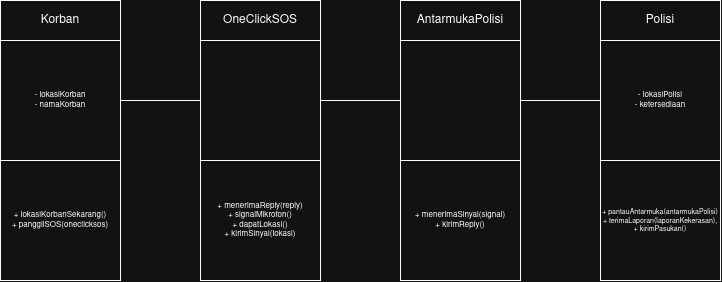
Earlier version of the draw.io export docs/M7/assets/diagram/UC01_detailed_class_diagram.png (chrishengun123/IF2150-RPL-K02-G10). Source tidied: cells renumbered, new cells last; positions are measured from the earlier drawing's top-left corner, leaving out a move shared by most shapes. Source of this version:
```xml
<mxGraphModel>
  <root>
    <mxCell id="0" />
    <mxCell id="1" parent="0" />
    <mxCell id="2" value="Korban" style="rounded=0;whiteSpace=wrap;html=1;" parent="1" vertex="1">
      <mxGeometry width="120" height="40" as="geometry" />
    </mxCell>
    <mxCell id="3" value="OneClickSOS" style="rounded=0;whiteSpace=wrap;html=1;" parent="1" vertex="1">
      <mxGeometry x="200" width="120" height="40" as="geometry" />
    </mxCell>
    <mxCell id="4" value="AntarmukaPolisi" style="rounded=0;whiteSpace=wrap;html=1;" parent="1" vertex="1">
      <mxGeometry x="400" width="120" height="40" as="geometry" />
    </mxCell>
    <mxCell id="5" value="Polisi" style="rounded=0;whiteSpace=wrap;html=1;" parent="1" vertex="1">
      <mxGeometry x="600" width="120" height="40" as="geometry" />
    </mxCell>
    <mxCell id="6" style="edgeStyle=orthogonalEdgeStyle;rounded=0;jettySize=auto;html=1;defaultLabelBackgroundColor=gap;endArrow=none;endFill=0;" parent="1" edge="1" source="7" target="9">
      <mxGeometry relative="1" as="geometry" />
    </mxCell>
    <mxCell id="7" value="&lt;div&gt;- lokasiKorban&lt;/div&gt;&lt;div&gt;- namaKorban&lt;/div&gt;" style="rounded=0;whiteSpace=wrap;html=1;fontSize=8;" parent="1" vertex="1">
      <mxGeometry y="40" width="120" height="120" as="geometry" />
    </mxCell>
    <mxCell id="8" style="edgeStyle=none;rounded=0;jettySize=auto;html=1;defaultLabelBackgroundColor=gap;endArrow=none;endFill=0;" parent="1" edge="1" source="9" target="11">
      <mxGeometry relative="1" as="geometry" />
    </mxCell>
    <mxCell id="9" style="rounded=0;whiteSpace=wrap;html=1;fontSize=8;" parent="1" vertex="1">
      <mxGeometry x="200" y="40" width="120" height="120" as="geometry" />
    </mxCell>
    <mxCell id="10" style="edgeStyle=none;rounded=0;jettySize=auto;html=1;defaultLabelBackgroundColor=gap;endArrow=none;endFill=0;" parent="1" edge="1" source="11" target="12">
      <mxGeometry relative="1" as="geometry" />
    </mxCell>
    <mxCell id="11" style="rounded=0;whiteSpace=wrap;html=1;fontSize=8;" parent="1" vertex="1">
      <mxGeometry x="400" y="40" width="120" height="120" as="geometry" />
    </mxCell>
    <mxCell id="12" value="&lt;div&gt;- lokasiPolisi&lt;/div&gt;&lt;div&gt;- ketersediaan&lt;/div&gt;" style="rounded=0;whiteSpace=wrap;html=1;fontSize=8;" parent="1" vertex="1">
      <mxGeometry x="600" y="40" width="120" height="120" as="geometry" />
    </mxCell>
    <mxCell id="13" value="&lt;div&gt;+ lokasiKorbanSekarang()&lt;/div&gt;&lt;div&gt;+ panggilSOS(oneclicksos)&lt;/div&gt;" style="rounded=0;whiteSpace=wrap;html=1;fontSize=8;" parent="1" vertex="1">
      <mxGeometry y="160" width="120" height="120" as="geometry" />
    </mxCell>
    <mxCell id="14" value="&lt;div&gt;+ menerimaReply(reply)&lt;/div&gt;&lt;div&gt;+ signalMikrofon()&lt;/div&gt;&lt;div&gt;+ dapatLokasi()&lt;/div&gt;&lt;div&gt;+ kirimSinyal(lokasi)&lt;/div&gt;" style="rounded=0;whiteSpace=wrap;html=1;fontSize=8;" parent="1" vertex="1">
      <mxGeometry x="200" y="160" width="120" height="120" as="geometry" />
    </mxCell>
    <mxCell id="15" value="&lt;div&gt;+ menerimaSinyal(signal)&lt;/div&gt;&lt;div&gt;+ kirimReply()&lt;/div&gt;" style="rounded=0;whiteSpace=wrap;html=1;fontSize=8;" parent="1" vertex="1">
      <mxGeometry x="400" y="160" width="120" height="120" as="geometry" />
    </mxCell>
    <mxCell id="16" value="&lt;div&gt;+ pantauAntarmuka(antarmukaPolisi)&lt;/div&gt;&lt;div&gt;+ terimaLaporan(laporanKekerasan),&lt;/div&gt;&lt;div&gt;+ kirimPasukan()&lt;/div&gt;" style="rounded=0;whiteSpace=wrap;html=1;fontSize=7;" parent="1" vertex="1">
      <mxGeometry x="600" y="160" width="120" height="120" as="geometry" />
    </mxCell>
  </root>
</mxGraphModel>
```
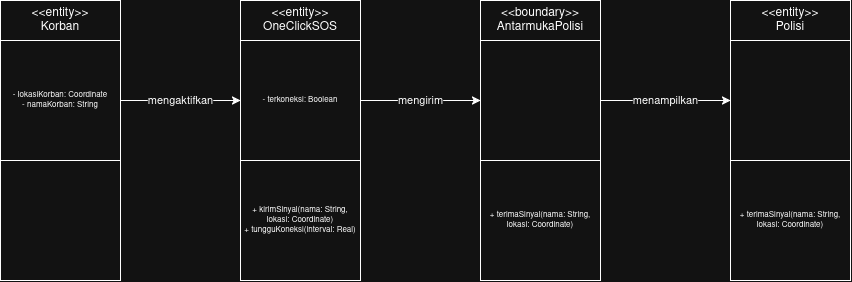
The same diagram one commit later.

Diff of the diagram source:
```diff
@@ -2,50 +2,50 @@
   <root>
     <mxCell id="0" />
     <mxCell id="1" parent="0" />
-    <mxCell id="2" value="Korban" style="rounded=0;whiteSpace=wrap;html=1;" parent="1" vertex="1">
+    <mxCell id="2" value="&amp;lt;&amp;lt;entity&amp;gt;&amp;gt;&lt;div&gt;Korban&lt;/div&gt;" style="rounded=0;whiteSpace=wrap;html=1;" parent="1" vertex="1">
       <mxGeometry width="120" height="40" as="geometry" />
     </mxCell>
-    <mxCell id="3" value="OneClickSOS" style="rounded=0;whiteSpace=wrap;html=1;" parent="1" vertex="1">
-      <mxGeometry x="200" width="120" height="40" as="geometry" />
+    <mxCell id="3" value="&amp;lt;&amp;lt;entity&amp;gt;&amp;gt;&lt;div&gt;OneClickSOS&lt;/div&gt;" style="rounded=0;whiteSpace=wrap;html=1;" parent="1" vertex="1">
+      <mxGeometry x="240" width="120" height="40" as="geometry" />
     </mxCell>
-    <mxCell id="4" value="AntarmukaPolisi" style="rounded=0;whiteSpace=wrap;html=1;" parent="1" vertex="1">
-      <mxGeometry x="400" width="120" height="40" as="geometry" />
+    <mxCell id="4" value="&amp;lt;&amp;lt;boundary&amp;gt;&amp;gt;&lt;div&gt;AntarmukaPolisi&lt;/div&gt;" style="rounded=0;whiteSpace=wrap;html=1;" parent="1" vertex="1">
+      <mxGeometry x="480" width="120" height="40" as="geometry" />
     </mxCell>
-    <mxCell id="5" value="Polisi" style="rounded=0;whiteSpace=wrap;html=1;" parent="1" vertex="1">
-      <mxGeometry x="600" width="120" height="40" as="geometry" />
+    <mxCell id="5" value="&amp;lt;&amp;lt;entity&amp;gt;&amp;gt;&lt;div&gt;Polisi&lt;/div&gt;" style="rounded=0;whiteSpace=wrap;html=1;" parent="1" vertex="1">
+      <mxGeometry x="730" width="120" height="40" as="geometry" />
     </mxCell>
-    <mxCell id="6" style="edgeStyle=orthogonalEdgeStyle;rounded=0;jettySize=auto;html=1;defaultLabelBackgroundColor=gap;endArrow=none;endFill=0;" parent="1" edge="1" source="7" target="9">
+    <mxCell id="6" value="mengaktifkan" style="edgeStyle=orthogonalEdgeStyle;rounded=0;jettySize=auto;html=1;defaultLabelBackgroundColor=gap;endArrow=classic;endFill=1;" parent="1" edge="1" source="7" target="9">
       <mxGeometry relative="1" as="geometry" />
     </mxCell>
-    <mxCell id="7" value="&lt;div&gt;- lokasiKorban&lt;/div&gt;&lt;div&gt;- namaKorban&lt;/div&gt;" style="rounded=0;whiteSpace=wrap;html=1;fontSize=8;" parent="1" vertex="1">
+    <mxCell id="7" value="&lt;div&gt;- lokasiKorban: Coordinate&lt;/div&gt;&lt;div&gt;- namaKorban: String&lt;/div&gt;" style="rounded=0;whiteSpace=wrap;html=1;fontSize=8;direction=west;" parent="1" vertex="1">
       <mxGeometry y="40" width="120" height="120" as="geometry" />
     </mxCell>
-    <mxCell id="8" style="edgeStyle=none;rounded=0;jettySize=auto;html=1;defaultLabelBackgroundColor=gap;endArrow=none;endFill=0;" parent="1" edge="1" source="9" target="11">
+    <mxCell id="8" value="mengirim" style="edgeStyle=none;rounded=0;jettySize=auto;html=1;defaultLabelBackgroundColor=gap;endArrow=classic;endFill=1;" parent="1" edge="1" source="9" target="11">
       <mxGeometry relative="1" as="geometry" />
     </mxCell>
-    <mxCell id="9" style="rounded=0;whiteSpace=wrap;html=1;fontSize=8;" parent="1" vertex="1">
-      <mxGeometry x="200" y="40" width="120" height="120" as="geometry" />
+    <mxCell id="9" value="- terkoneksi: Boolean" style="rounded=0;whiteSpace=wrap;html=1;fontSize=8;" parent="1" vertex="1">
+      <mxGeometry x="240" y="40" width="120" height="120" as="geometry" />
     </mxCell>
-    <mxCell id="10" style="edgeStyle=none;rounded=0;jettySize=auto;html=1;defaultLabelBackgroundColor=gap;endArrow=none;endFill=0;" parent="1" edge="1" source="11" target="12">
+    <mxCell id="10" value="menampilkan" style="edgeStyle=none;rounded=0;jettySize=auto;html=1;defaultLabelBackgroundColor=gap;endArrow=classic;endFill=1;" parent="1" edge="1" source="11" target="12">
       <mxGeometry relative="1" as="geometry" />
     </mxCell>
     <mxCell id="11" style="rounded=0;whiteSpace=wrap;html=1;fontSize=8;" parent="1" vertex="1">
-      <mxGeometry x="400" y="40" width="120" height="120" as="geometry" />
+      <mxGeometry x="480" y="40" width="120" height="120" as="geometry" />
     </mxCell>
-    <mxCell id="12" value="&lt;div&gt;- lokasiPolisi&lt;/div&gt;&lt;div&gt;- ketersediaan&lt;/div&gt;" style="rounded=0;whiteSpace=wrap;html=1;fontSize=8;" parent="1" vertex="1">
-      <mxGeometry x="600" y="40" width="120" height="120" as="geometry" />
+    <mxCell id="12" style="rounded=0;whiteSpace=wrap;html=1;fontSize=8;" parent="1" vertex="1">
+      <mxGeometry x="730" y="40" width="120" height="120" as="geometry" />
     </mxCell>
-    <mxCell id="13" value="&lt;div&gt;+ lokasiKorbanSekarang()&lt;/div&gt;&lt;div&gt;+ panggilSOS(oneclicksos)&lt;/div&gt;" style="rounded=0;whiteSpace=wrap;html=1;fontSize=8;" parent="1" vertex="1">
+    <mxCell id="13" style="rounded=0;whiteSpace=wrap;html=1;fontSize=8;" parent="1" vertex="1">
       <mxGeometry y="160" width="120" height="120" as="geometry" />
     </mxCell>
-    <mxCell id="14" value="&lt;div&gt;+ menerimaReply(reply)&lt;/div&gt;&lt;div&gt;+ signalMikrofon()&lt;/div&gt;&lt;div&gt;+ dapatLokasi()&lt;/div&gt;&lt;div&gt;+ kirimSinyal(lokasi)&lt;/div&gt;" style="rounded=0;whiteSpace=wrap;html=1;fontSize=8;" parent="1" vertex="1">
-      <mxGeometry x="200" y="160" width="120" height="120" as="geometry" />
+    <mxCell id="14" value="&lt;div&gt;+ kirimSinyal(nama: String, lokasi: Coordinate)&lt;/div&gt;&lt;div&gt;+ tungguKoneksi(interval: Real)&lt;/div&gt;" style="rounded=0;whiteSpace=wrap;html=1;fontSize=8;" parent="1" vertex="1">
+      <mxGeometry x="240" y="160" width="120" height="120" as="geometry" />
     </mxCell>
-    <mxCell id="15" value="&lt;div&gt;+ menerimaSinyal(signal)&lt;/div&gt;&lt;div&gt;+ kirimReply()&lt;/div&gt;" style="rounded=0;whiteSpace=wrap;html=1;fontSize=8;" parent="1" vertex="1">
-      <mxGeometry x="400" y="160" width="120" height="120" as="geometry" />
+    <mxCell id="15" value="&lt;div&gt;+ terimaSinyal(nama: String, lokasi: Coordinate)&lt;/div&gt;" style="rounded=0;whiteSpace=wrap;html=1;fontSize=8;" parent="1" vertex="1">
+      <mxGeometry x="480" y="160" width="120" height="120" as="geometry" />
     </mxCell>
-    <mxCell id="16" value="&lt;div&gt;+ pantauAntarmuka(antarmukaPolisi)&lt;/div&gt;&lt;div&gt;+ terimaLaporan(laporanKekerasan),&lt;/div&gt;&lt;div&gt;+ kirimPasukan()&lt;/div&gt;" style="rounded=0;whiteSpace=wrap;html=1;fontSize=7;" parent="1" vertex="1">
-      <mxGeometry x="600" y="160" width="120" height="120" as="geometry" />
+    <mxCell id="16" value="&lt;div&gt;+ terimaSinyal(nama: String, lokasi: Coordinate)&lt;/div&gt;" style="rounded=0;whiteSpace=wrap;html=1;fontSize=8;" parent="1" vertex="1">
+      <mxGeometry x="730" y="160" width="120" height="120" as="geometry" />
     </mxCell>
   </root>
 </mxGraphModel>
```
